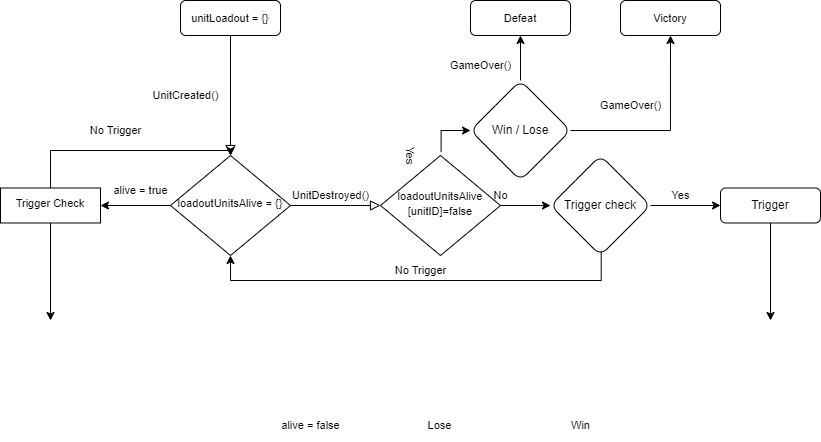
Before: API Architecture.drawio.png, a diagram exported from draw.io (Ezahiel/Diagrams). Source tidied: cells renumbered, new cells last; positions are measured from the earlier drawing's top-left corner, leaving out a move shared by most shapes.
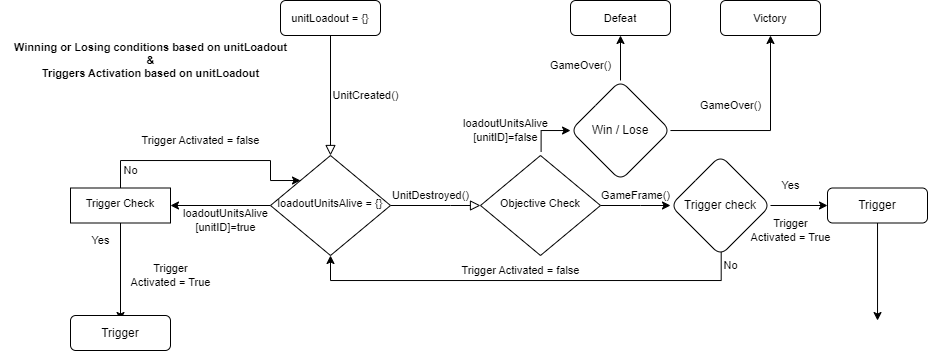
After the change.

Diff of the diagram source:
```diff
@@ -8,7 +8,7 @@
     <mxCell id="3" value="&lt;font style=&quot;font-size: 11px;&quot;&gt;unitLoadout = {}&lt;/font&gt;" style="rounded=1;whiteSpace=wrap;html=1;fontSize=12;glass=0;strokeWidth=1;shadow=0;" parent="1" vertex="1">
       <mxGeometry x="180" width="100" height="35" as="geometry" />
     </mxCell>
-    <mxCell id="4" value="alive = true" style="edgeStyle=orthogonalEdgeStyle;rounded=0;html=1;jettySize=auto;fontSize=11;endArrow=block;endFill=0;endSize=8;strokeWidth=1;shadow=0;labelBackgroundColor=none;entryX=0;entryY=0.5;entryDx=0;entryDy=0;" parent="1" edge="1" source="6" target="22">
+    <mxCell id="4" style="edgeStyle=orthogonalEdgeStyle;rounded=0;html=1;jettySize=auto;fontSize=11;endArrow=block;endFill=0;endSize=8;strokeWidth=1;shadow=0;labelBackgroundColor=none;entryX=0;entryY=0.5;entryDx=0;entryDy=0;" parent="1" edge="1" source="6" target="22">
       <mxGeometry x="-1" y="151" relative="1" as="geometry">
         <Array as="points">
           <mxPoint x="350" y="205" />
@@ -39,7 +39,7 @@
       </mxGeometry>
     </mxCell>
     <mxCell id="9" value="&lt;font style=&quot;font-size: 11px;&quot;&gt;UnitCreated()&lt;/font&gt;" style="text;html=1;align=center;verticalAlign=middle;strokeColor=none;fillColor=none;fontSize=12;fontFamily=Helvetica;" parent="1" vertex="1">
-      <mxGeometry x="140" y="80" width="90" height="30" as="geometry" />
+      <mxGeometry x="220" y="80" width="90" height="30" as="geometry" />
     </mxCell>
     <mxCell id="10" style="edgeStyle=orthogonalEdgeStyle;rounded=0;jettySize=auto;html=1;entryX=0.5;entryY=1;entryDx=0;entryDy=0;" parent="1" edge="1" source="12" target="16">
       <mxGeometry relative="1" as="geometry" />
@@ -53,7 +53,7 @@
     <mxCell id="13" style="edgeStyle=orthogonalEdgeStyle;rounded=0;jettySize=auto;html=1;fontSize=11;exitX=0.507;exitY=0.954;exitDx=0;exitDy=0;exitPerimeter=0;entryX=0.5;entryY=1;entryDx=0;entryDy=0;" parent="1" edge="1" source="15" target="6">
       <mxGeometry relative="1" as="geometry">
         <Array as="points">
-          <mxPoint x="601" y="280" />
+          <mxPoint x="621" y="280" />
           <mxPoint x="230" y="280" />
         </Array>
       </mxGeometry>
@@ -62,7 +62,7 @@
       <mxGeometry relative="1" as="geometry" />
     </mxCell>
     <mxCell id="15" value="Trigger check" style="rhombus;whiteSpace=wrap;html=1;rounded=1;glass=0;strokeWidth=1;shadow=0;rotation=0;" parent="1" vertex="1">
-      <mxGeometry x="550" y="155" width="100" height="100" as="geometry" />
+      <mxGeometry x="570" y="155" width="100" height="100" as="geometry" />
     </mxCell>
     <mxCell id="16" value="&lt;font style=&quot;font-size: 11px;&quot;&gt;Defeat&lt;/font&gt;" style="whiteSpace=wrap;html=1;rounded=1;glass=0;strokeWidth=1;shadow=0;rotation=0;" parent="1" vertex="1">
       <mxGeometry x="470" width="100" height="35" as="geometry" />
@@ -70,15 +70,6 @@
     <mxCell id="17" value="&lt;font style=&quot;font-size: 11px;&quot;&gt;Victory&lt;/font&gt;" style="whiteSpace=wrap;html=1;rounded=1;glass=0;strokeWidth=1;shadow=0;rotation=0;" parent="1" vertex="1">
       <mxGeometry x="620" width="100" height="35" as="geometry" />
     </mxCell>
-    <mxCell id="18" value="&lt;font style=&quot;font-size: 11px;&quot;&gt;Yes&lt;/font&gt;" style="text;html=1;align=center;verticalAlign=middle;strokeColor=none;fillColor=none;fontSize=9;rotation=90;" parent="1" vertex="1">
-      <mxGeometry x="390" y="140" width="40" height="30" as="geometry" />
-    </mxCell>
-    <mxCell id="19" value="&lt;font style=&quot;font-size: 11px;&quot;&gt;Lose&lt;/font&gt;" style="text;html=1;align=center;verticalAlign=middle;strokeColor=none;fillColor=none;fontSize=9;" parent="1" vertex="1">
-      <mxGeometry x="414" y="410" width="50" height="30" as="geometry" />
-    </mxCell>
-    <mxCell id="20" value="&lt;font style=&quot;font-size: 11px;&quot;&gt;Win&lt;/font&gt;" style="text;html=1;align=center;verticalAlign=middle;strokeColor=none;fillColor=none;fontSize=9;" parent="1" vertex="1">
-      <mxGeometry x="560" y="410" width="40" height="30" as="geometry" />
-    </mxCell>
     <mxCell id="21" style="edgeStyle=orthogonalEdgeStyle;rounded=0;jettySize=auto;html=1;fontFamily=Helvetica;fontSize=12;endArrow=none;" parent="1" edge="1" target="22">
       <mxGeometry relative="1" as="geometry">
         <mxPoint x="430" y="185" as="sourcePoint" />
@@ -87,48 +78,46 @@
         </Array>
       </mxGeometry>
     </mxCell>
-    <mxCell id="22" value="&lt;font style=&quot;border-color: var(--border-color); font-size: 11px;&quot;&gt;loadoutUnitsAlive&lt;br&gt;[unitID]=false&lt;br&gt;&lt;/font&gt;" style="rhombus;whiteSpace=wrap;html=1;shadow=0;fontFamily=Helvetica;fontSize=12;align=center;strokeWidth=1;spacing=6;spacingTop=-4;rotation=0;" parent="1" vertex="1">
+    <mxCell id="22" value="&lt;font style=&quot;border-color: var(--border-color); font-size: 11px;&quot;&gt;Objective Check&lt;br&gt;&lt;/font&gt;" style="rhombus;whiteSpace=wrap;html=1;shadow=0;fontFamily=Helvetica;fontSize=12;align=center;strokeWidth=1;spacing=6;spacingTop=-4;rotation=0;" parent="1" vertex="1">
       <mxGeometry x="380" y="155" width="120" height="100" as="geometry" />
     </mxCell>
     <mxCell id="23" value="No" style="text;html=1;align=center;verticalAlign=middle;strokeColor=none;fillColor=none;fontSize=11;" parent="1" vertex="1">
-      <mxGeometry x="480" y="180" width="40" height="30" as="geometry" />
+      <mxGeometry x="610" y="250" width="40" height="30" as="geometry" />
     </mxCell>
-    <mxCell id="24" style="edgeStyle=orthogonalEdgeStyle;rounded=0;jettySize=auto;html=1;fontSize=11;" parent="1" edge="1" source="26" target="6">
+    <mxCell id="24" style="edgeStyle=orthogonalEdgeStyle;rounded=0;jettySize=auto;html=1;fontSize=11;entryX=0;entryY=0;entryDx=0;entryDy=0;" parent="1" edge="1" source="26" target="6">
       <mxGeometry relative="1" as="geometry">
         <Array as="points">
-          <mxPoint x="50" y="150" />
-          <mxPoint x="230" y="150" />
+          <mxPoint x="20" y="160" />
+          <mxPoint x="170" y="160" />
+          <mxPoint x="170" y="180" />
         </Array>
       </mxGeometry>
     </mxCell>
     <mxCell id="25" style="edgeStyle=orthogonalEdgeStyle;rounded=0;jettySize=auto;html=1;fontSize=11;" parent="1" edge="1" source="26">
       <mxGeometry relative="1" as="geometry">
-        <mxPoint x="50" y="320" as="targetPoint" />
+        <mxPoint x="20" y="320" as="targetPoint" />
       </mxGeometry>
     </mxCell>
     <mxCell id="26" value="Trigger Check" style="whiteSpace=wrap;html=1;shadow=0;strokeWidth=1;spacing=6;spacingTop=-4;fontSize=11;rotation=0;" parent="1" vertex="1">
-      <mxGeometry y="187.5" width="100" height="35" as="geometry" />
+      <mxGeometry x="-30" y="187.5" width="100" height="35" as="geometry" />
     </mxCell>
-    <mxCell id="27" value="alive = false" style="text;html=1;align=center;verticalAlign=middle;strokeColor=none;fillColor=none;fontSize=11;" parent="1" vertex="1">
-      <mxGeometry x="270" y="410" width="80" height="30" as="geometry" />
-    </mxCell>
-    <mxCell id="28" value="No Trigger" style="text;html=1;align=center;verticalAlign=middle;strokeColor=none;fillColor=none;fontSize=11;" parent="1" vertex="1">
-      <mxGeometry x="385" y="255" width="70" height="30" as="geometry" />
+    <mxCell id="28" value="Trigger Activated = false" style="text;html=1;align=center;verticalAlign=middle;strokeColor=none;fillColor=none;fontSize=11;" parent="1" vertex="1">
+      <mxGeometry x="350" y="255" width="140" height="30" as="geometry" />
     </mxCell>
     <mxCell id="29" style="edgeStyle=orthogonalEdgeStyle;rounded=0;jettySize=auto;html=1;fontSize=11;" parent="1" edge="1" source="30">
       <mxGeometry relative="1" as="geometry">
-        <mxPoint x="770" y="320" as="targetPoint" />
+        <mxPoint x="777" y="320" as="targetPoint" />
+        <Array as="points">
+          <mxPoint x="777" y="320" />
+        </Array>
       </mxGeometry>
     </mxCell>
     <mxCell id="30" value="Trigger" style="whiteSpace=wrap;html=1;rounded=1;glass=0;strokeWidth=1;shadow=0;rotation=0;" parent="1" vertex="1">
-      <mxGeometry x="720" y="187.5" width="100" height="35" as="geometry" />
+      <mxGeometry x="727" y="187.5" width="100" height="35" as="geometry" />
     </mxCell>
     <mxCell id="31" value="Yes" style="text;html=1;align=center;verticalAlign=middle;strokeColor=none;fillColor=none;fontSize=11;" parent="1" vertex="1">
-      <mxGeometry x="660" y="180" width="40" height="30" as="geometry" />
+      <mxGeometry x="670" y="170" width="40" height="30" as="geometry" />
     </mxCell>
-    <mxCell id="32" value="No Trigger" style="text;html=1;align=center;verticalAlign=middle;strokeColor=none;fillColor=none;fontSize=11;" parent="1" vertex="1">
-      <mxGeometry x="80" y="115" width="70" height="30" as="geometry" />
-    </mxCell>
     <mxCell id="33" value="UnitDestroyed()" style="text;html=1;align=center;verticalAlign=middle;strokeColor=none;fillColor=none;fontSize=11;" parent="1" vertex="1">
       <mxGeometry x="280" y="180" width="100" height="30" as="geometry" />
     </mxCell>
@@ -138,5 +127,35 @@
     <mxCell id="35" value="GameOver()" style="text;html=1;align=center;verticalAlign=middle;strokeColor=none;fillColor=none;fontSize=11;" parent="1" vertex="1">
       <mxGeometry x="590" y="90" width="80" height="30" as="geometry" />
     </mxCell>
+    <mxCell id="36" value="loadoutUnitsAlive&lt;br style=&quot;border-color: var(--border-color);&quot;&gt;&lt;span style=&quot;&quot;&gt;[unitID]=true&lt;/span&gt;" style="text;html=1;align=center;verticalAlign=middle;strokeColor=none;fillColor=none;fontSize=11;" parent="1" vertex="1">
+      <mxGeometry x="70" y="200" width="110" height="40" as="geometry" />
+    </mxCell>
+    <mxCell id="37" value="loadoutUnitsAlive&lt;br style=&quot;border-color: var(--border-color);&quot;&gt;&lt;span style=&quot;&quot;&gt;[unitID]=false&lt;/span&gt;" style="text;html=1;align=center;verticalAlign=middle;strokeColor=none;fillColor=none;fontSize=11;" parent="1" vertex="1">
+      <mxGeometry x="350" y="110" width="110" height="40" as="geometry" />
+    </mxCell>
+    <mxCell id="38" value="GameFrame()" style="text;html=1;align=center;verticalAlign=middle;strokeColor=none;fillColor=none;fontSize=11;" parent="1" vertex="1">
+      <mxGeometry x="490" y="180" width="90" height="30" as="geometry" />
+    </mxCell>
+    <mxCell id="39" value="Trigger &lt;br&gt;Activated = True" style="text;html=1;align=center;verticalAlign=middle;strokeColor=none;fillColor=none;fontSize=11;" parent="1" vertex="1">
+      <mxGeometry x="640" y="210" width="100" height="40" as="geometry" />
+    </mxCell>
+    <mxCell id="40" value="Trigger Activated = false" style="text;html=1;align=center;verticalAlign=middle;strokeColor=none;fillColor=none;fontSize=11;" parent="1" vertex="1">
+      <mxGeometry x="30" y="125" width="140" height="30" as="geometry" />
+    </mxCell>
+    <mxCell id="41" value="Trigger &lt;br&gt;Activated = True" style="text;html=1;align=center;verticalAlign=middle;strokeColor=none;fillColor=none;fontSize=11;" parent="1" vertex="1">
+      <mxGeometry x="20" y="255" width="100" height="40" as="geometry" />
+    </mxCell>
+    <mxCell id="18" value="Yes" style="text;html=1;align=center;verticalAlign=middle;strokeColor=none;fillColor=none;fontSize=11;" parent="1" vertex="1">
+      <mxGeometry x="-20" y="225" width="40" height="30" as="geometry" />
+    </mxCell>
+    <mxCell id="42" value="No" style="text;html=1;align=center;verticalAlign=middle;strokeColor=none;fillColor=none;fontSize=11;" parent="1" vertex="1">
+      <mxGeometry x="10" y="155" width="40" height="30" as="geometry" />
+    </mxCell>
+    <mxCell id="43" value="Trigger" style="whiteSpace=wrap;html=1;rounded=1;glass=0;strokeWidth=1;shadow=0;rotation=0;" parent="1" vertex="1">
+      <mxGeometry x="-30" y="315" width="100" height="35" as="geometry" />
+    </mxCell>
+    <mxCell id="44" value="&lt;font style=&quot;font-size: 11px;&quot;&gt;&lt;b style=&quot;&quot;&gt;Winning or Losing conditions based on unitLoadout&lt;br&gt;&amp;amp;&lt;br&gt;Triggers Activation based on unitLoadout&lt;/b&gt;&lt;/font&gt;" style="text;html=1;align=center;verticalAlign=middle;strokeColor=none;fillColor=none;fontSize=11;" parent="1" vertex="1">
+      <mxGeometry x="-100" y="35" width="300" height="50" as="geometry" />
+    </mxCell>
   </root>
 </mxGraphModel>
```
